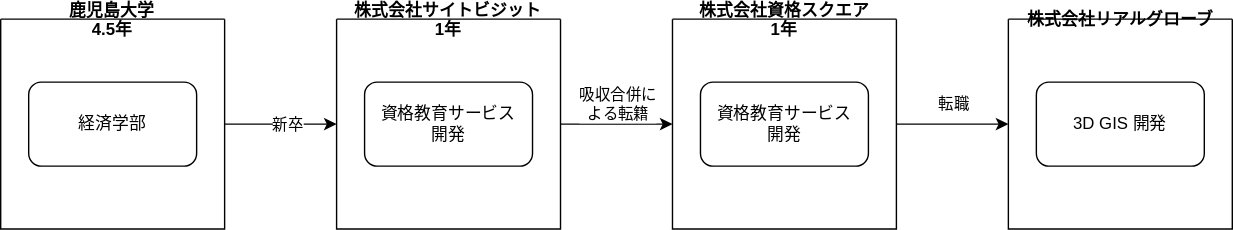
Earlier version of the draw.io export images/20240430-history.drawio.svg (kijimaD/roam). Source tidied: cells renumbered, new cells last; positions are measured from the earlier drawing's top-left corner, leaving out a move shared by most shapes. Its diagram source:
```xml
<mxGraphModel>
  <root>
    <mxCell id="0" />
    <mxCell id="1" parent="0" />
    <mxCell id="2" style="edgeStyle=none;html=1;entryX=0;entryY=0.5;entryDx=0;entryDy=0;" parent="1" edge="1" source="4" target="10">
      <mxGeometry relative="1" as="geometry" />
    </mxCell>
    <mxCell id="3" value="吸収合併に&lt;br&gt;よる転籍" style="edgeLabel;html=1;align=center;verticalAlign=middle;" parent="2" vertex="1">
      <mxGeometry x="-0.42" y="-4" relative="1" as="geometry">
        <mxPoint x="17" y="-19" as="offset" />
      </mxGeometry>
    </mxCell>
    <mxCell id="4" value="株式会社サイトビジット&#10;1年" style="swimlane;startSize=0;" parent="1" vertex="1">
      <mxGeometry x="240" width="160" height="150" as="geometry" />
    </mxCell>
    <mxCell id="5" value="資格教育サービス&lt;br&gt;開発" style="rounded=1;whiteSpace=wrap;html=1;" parent="4" vertex="1">
      <mxGeometry x="20" y="45" width="120" height="60" as="geometry" />
    </mxCell>
    <mxCell id="6" style="edgeStyle=none;html=1;entryX=0;entryY=0.5;entryDx=0;entryDy=0;exitX=1;exitY=0.5;exitDx=0;exitDy=0;" parent="1" edge="1" source="14" target="4">
      <mxGeometry relative="1" as="geometry" />
    </mxCell>
    <mxCell id="7" value="新卒" style="edgeLabel;html=1;align=center;verticalAlign=middle;" parent="6" vertex="1">
      <mxGeometry x="-0.29" y="1" relative="1" as="geometry">
        <mxPoint x="15" y="1" as="offset" />
      </mxGeometry>
    </mxCell>
    <mxCell id="8" style="edgeStyle=none;html=1;" parent="1" edge="1" source="10" target="12">
      <mxGeometry relative="1" as="geometry" />
    </mxCell>
    <mxCell id="9" value="転職" style="edgeLabel;html=1;align=center;verticalAlign=middle;" parent="8" vertex="1">
      <mxGeometry x="-0.33" y="1" relative="1" as="geometry">
        <mxPoint x="13" y="-14" as="offset" />
      </mxGeometry>
    </mxCell>
    <mxCell id="10" value="株式会社資格スクエア&#10;1年" style="swimlane;startSize=0;" parent="1" vertex="1">
      <mxGeometry x="480" width="160" height="150" as="geometry" />
    </mxCell>
    <mxCell id="11" value="資格教育サービス&lt;br&gt;開発" style="rounded=1;whiteSpace=wrap;html=1;" parent="10" vertex="1">
      <mxGeometry x="20" y="45" width="120" height="60" as="geometry" />
    </mxCell>
    <mxCell id="12" value="株式会社リアルグローブ" style="swimlane;startSize=0;" parent="1" vertex="1">
      <mxGeometry x="720" width="160" height="150" as="geometry" />
    </mxCell>
    <mxCell id="13" value="3D GIS 開発" style="rounded=1;whiteSpace=wrap;html=1;" parent="12" vertex="1">
      <mxGeometry x="20" y="45" width="120" height="60" as="geometry" />
    </mxCell>
    <mxCell id="14" value="鹿児島大学&#10;4.5年" style="swimlane;startSize=0;" parent="1" vertex="1">
      <mxGeometry width="160" height="150" as="geometry" />
    </mxCell>
    <mxCell id="15" value="経済学部" style="rounded=1;whiteSpace=wrap;html=1;" parent="14" vertex="1">
      <mxGeometry x="20" y="45" width="120" height="60" as="geometry" />
    </mxCell>
  </root>
</mxGraphModel>
```
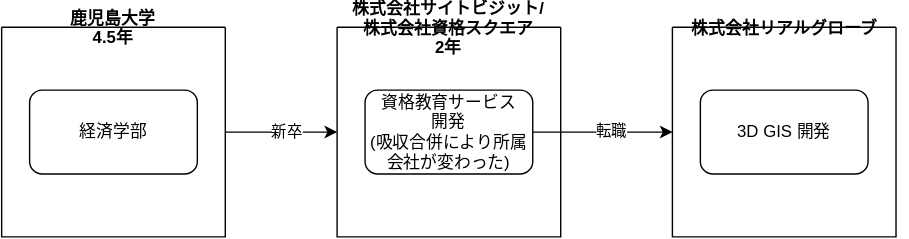
Above is the later version.

Diff of the diagram source:
```diff
@@ -2,18 +2,10 @@
   <root>
     <mxCell id="0" />
     <mxCell id="1" parent="0" />
-    <mxCell id="2" style="edgeStyle=none;html=1;entryX=0;entryY=0.5;entryDx=0;entryDy=0;" parent="1" edge="1" source="4" target="10">
-      <mxGeometry relative="1" as="geometry" />
-    </mxCell>
-    <mxCell id="3" value="吸収合併に&lt;br&gt;よる転籍" style="edgeLabel;html=1;align=center;verticalAlign=middle;" parent="2" vertex="1">
-      <mxGeometry x="-0.42" y="-4" relative="1" as="geometry">
-        <mxPoint x="17" y="-19" as="offset" />
-      </mxGeometry>
-    </mxCell>
-    <mxCell id="4" value="株式会社サイトビジット&#10;1年" style="swimlane;startSize=0;" parent="1" vertex="1">
+    <mxCell id="4" value="株式会社サイトビジット/&#10;株式会社資格スクエア&#10;2年" style="swimlane;startSize=0;" parent="1" vertex="1">
       <mxGeometry x="240" width="160" height="150" as="geometry" />
     </mxCell>
-    <mxCell id="5" value="資格教育サービス&lt;br&gt;開発" style="rounded=1;whiteSpace=wrap;html=1;" parent="4" vertex="1">
+    <mxCell id="5" value="資格教育サービス&lt;br&gt;開発&lt;br&gt;(吸収合併により所属会社が変わった)" style="rounded=1;whiteSpace=wrap;html=1;" parent="4" vertex="1">
       <mxGeometry x="20" y="45" width="120" height="60" as="geometry" />
     </mxCell>
     <mxCell id="6" style="edgeStyle=none;html=1;entryX=0;entryY=0.5;entryDx=0;entryDy=0;exitX=1;exitY=0.5;exitDx=0;exitDy=0;" parent="1" edge="1" source="14" target="4">
@@ -24,22 +16,13 @@
         <mxPoint x="15" y="1" as="offset" />
       </mxGeometry>
     </mxCell>
-    <mxCell id="8" style="edgeStyle=none;html=1;" parent="1" edge="1" source="10" target="12">
-      <mxGeometry relative="1" as="geometry" />
+    <mxCell id="8" style="edgeStyle=none;html=1;" parent="1" edge="1" target="12">
+      <mxGeometry relative="1" as="geometry">
+        <mxPoint x="640" y="75" as="sourcePoint" />
+      </mxGeometry>
     </mxCell>
-    <mxCell id="9" value="転職" style="edgeLabel;html=1;align=center;verticalAlign=middle;" parent="8" vertex="1">
-      <mxGeometry x="-0.33" y="1" relative="1" as="geometry">
-        <mxPoint x="13" y="-14" as="offset" />
-      </mxGeometry>
-    </mxCell>
-    <mxCell id="10" value="株式会社資格スクエア&#10;1年" style="swimlane;startSize=0;" parent="1" vertex="1">
-      <mxGeometry x="480" width="160" height="150" as="geometry" />
-    </mxCell>
-    <mxCell id="11" value="資格教育サービス&lt;br&gt;開発" style="rounded=1;whiteSpace=wrap;html=1;" parent="10" vertex="1">
-      <mxGeometry x="20" y="45" width="120" height="60" as="geometry" />
-    </mxCell>
     <mxCell id="12" value="株式会社リアルグローブ" style="swimlane;startSize=0;" parent="1" vertex="1">
-      <mxGeometry x="720" width="160" height="150" as="geometry" />
+      <mxGeometry x="479.9" width="160" height="150" as="geometry" />
     </mxCell>
     <mxCell id="13" value="3D GIS 開発" style="rounded=1;whiteSpace=wrap;html=1;" parent="12" vertex="1">
       <mxGeometry x="20" y="45" width="120" height="60" as="geometry" />
@@ -50,5 +33,13 @@
     <mxCell id="15" value="経済学部" style="rounded=1;whiteSpace=wrap;html=1;" parent="14" vertex="1">
       <mxGeometry x="20" y="45" width="120" height="60" as="geometry" />
     </mxCell>
+    <mxCell id="16" style="edgeStyle=none;html=1;" parent="1" edge="1" source="5">
+      <mxGeometry relative="1" as="geometry">
+        <mxPoint x="480" y="75" as="targetPoint" />
+      </mxGeometry>
+    </mxCell>
+    <mxCell id="9" value="転職" style="edgeLabel;html=1;align=center;verticalAlign=middle;" parent="16" vertex="1">
+      <mxGeometry x="0.12" y="1" relative="1" as="geometry" />
+    </mxCell>
   </root>
 </mxGraphModel>
```
